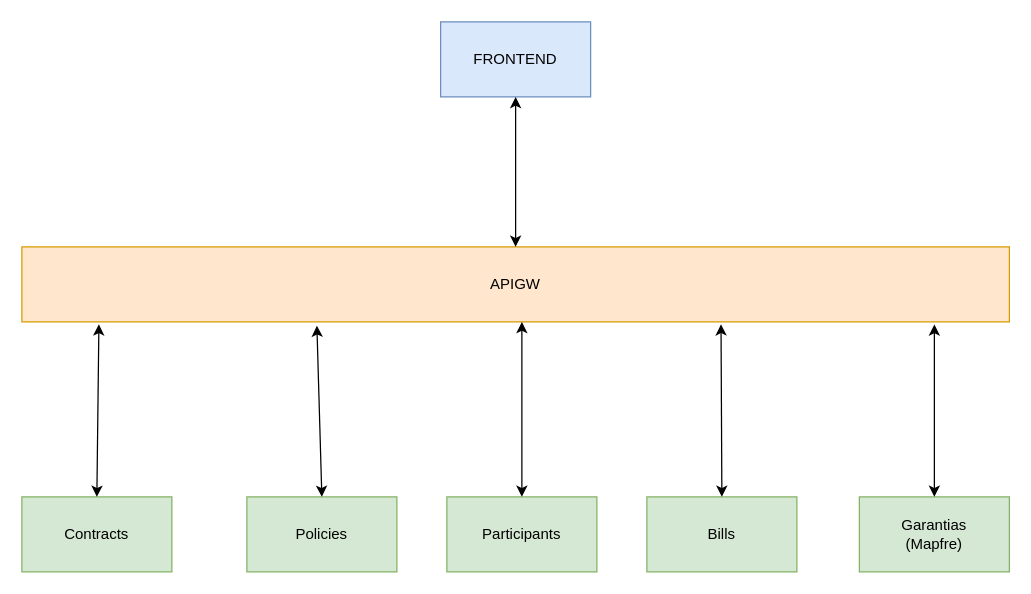
Midchilda/drawio keeps this draw.io diagram as page "Servicios" (1 of 4) of MR-Servicing.drawio. Above is the earlier version. Source tidied: cells renumbered, new cells numbered last; positions are measured from the earlier drawing's top-left corner, leaving out a move shared by most shapes. Both pictures are drawn from the tidied source at 125%, with x=0, y=0 at pixel (21, 21).
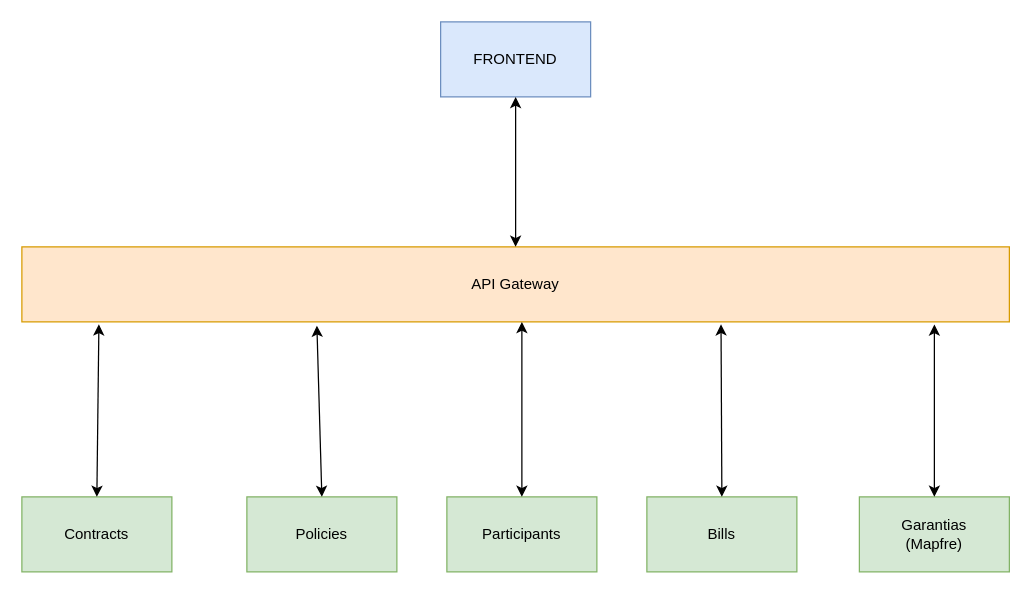
The same page after the edit.

The edit, as a diff of the source:
```diff
@@
 <mxGraphModel>
   <root>
     <mxCell id="0" />
     <mxCell id="1" parent="0" />
     <mxCell id="2" value="FRONTEND" style="rounded=0;whiteSpace=wrap;html=1;fillColor=#dae8fc;strokeColor=#6c8ebf;" parent="1" vertex="1">
       <mxGeometry x="335" width="120" height="60" as="geometry" />
     </mxCell>
-    <mxCell id="3" value="APIGW" style="rounded=0;whiteSpace=wrap;html=1;fillColor=#ffe6cc;strokeColor=#d79b00;" parent="1" vertex="1">
+    <mxCell id="3" value="&lt;div&gt;API Gateway&lt;/div&gt;" style="rounded=0;whiteSpace=wrap;html=1;fillColor=#ffe6cc;strokeColor=#d79b00;" parent="1" vertex="1">
       <mxGeometry y="180" width="790" height="60" as="geometry" />
     </mxCell>
     <mxCell id="4" value="Policies" style="rounded=0;whiteSpace=wrap;html=1;fillColor=#d5e8d4;strokeColor=#82b366;" parent="1" vertex="1">
       <mxGeometry x="180" y="380" width="120" height="60" as="geometry" />
     </mxCell>
     <mxCell id="5" value="Contracts" style="rounded=0;whiteSpace=wrap;html=1;fillColor=#d5e8d4;strokeColor=#82b366;" parent="1" vertex="1">
       <mxGeometry y="380" width="120" height="60" as="geometry" />
     </mxCell>
     <mxCell id="6" value="Participants" style="rounded=0;whiteSpace=wrap;html=1;fillColor=#d5e8d4;strokeColor=#82b366;" parent="1" vertex="1">
       <mxGeometry x="340" y="380" width="120" height="60" as="geometry" />
     </mxCell>
     <mxCell id="7" value="Bills" style="rounded=0;whiteSpace=wrap;html=1;fillColor=#d5e8d4;strokeColor=#82b366;" parent="1" vertex="1">
       <mxGeometry x="500" y="380" width="120" height="60" as="geometry" />
     </mxCell>
     <mxCell id="8" value="&lt;div&gt;Garantias&lt;/div&gt;&lt;div&gt;(Mapfre)&lt;/div&gt;" style="rounded=0;whiteSpace=wrap;html=1;fillColor=#d5e8d4;strokeColor=#82b366;" parent="1" vertex="1">
       <mxGeometry x="670" y="380" width="120" height="60" as="geometry" />
     </mxCell>
     <mxCell id="9" style="endArrow=classic;startArrow=classic;html=1;exitX=0.5;exitY=0;exitDx=0;exitDy=0;entryX=0.078;entryY=1.033;entryDx=0;entryDy=0;entryPerimeter=0;" parent="1" edge="1" source="5" target="3">
       <mxGeometry relative="1" as="geometry" />
     </mxCell>
     <mxCell id="10" style="endArrow=classic;startArrow=classic;html=1;exitX=0.5;exitY=0;exitDx=0;exitDy=0;" parent="1" edge="1" source="4">
       <mxGeometry relative="1" as="geometry">
         <mxPoint x="236" y="243" as="targetPoint" />
       </mxGeometry>
     </mxCell>
     <mxCell id="11" style="endArrow=classic;startArrow=classic;html=1;exitX=0.5;exitY=0;exitDx=0;exitDy=0;" parent="1" edge="1" source="6">
       <mxGeometry relative="1" as="geometry">
         <mxPoint x="400" y="240" as="targetPoint" />
       </mxGeometry>
     </mxCell>
     <mxCell id="12" style="endArrow=classic;startArrow=classic;html=1;exitX=0.5;exitY=0;exitDx=0;exitDy=0;entryX=0.708;entryY=1.033;entryDx=0;entryDy=0;entryPerimeter=0;" parent="1" edge="1" source="7" target="3">
       <mxGeometry relative="1" as="geometry" />
     </mxCell>
     <mxCell id="13" style="endArrow=classic;startArrow=classic;html=1;exitX=0.5;exitY=0;exitDx=0;exitDy=0;" parent="1" edge="1" source="8">
       <mxGeometry relative="1" as="geometry">
         <mxPoint x="730" y="242" as="targetPoint" />
       </mxGeometry>
     </mxCell>
     <mxCell id="14" style="endArrow=classic;startArrow=classic;html=1;entryX=0.5;entryY=1;entryDx=0;entryDy=0;exitX=0.5;exitY=0;exitDx=0;exitDy=0;" parent="1" edge="1" source="3" target="2">
       <mxGeometry relative="1" as="geometry" />
     </mxCell>
   </root>
 </mxGraphModel>
```
